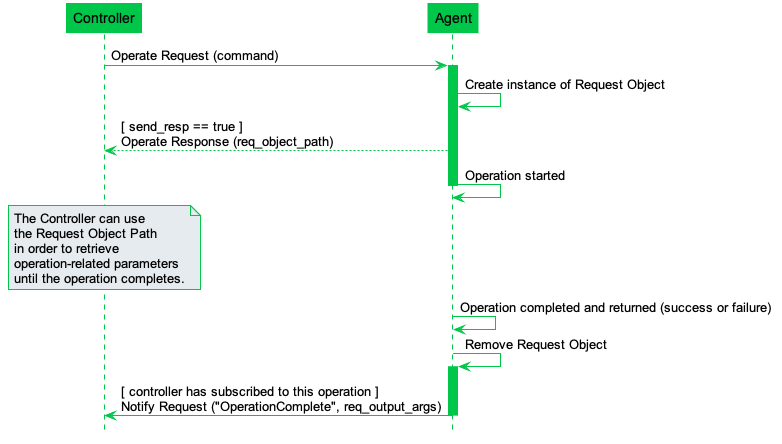
Above: docs/specification/messages/asynchronous_operation.png in BroadbandForum/usp (PlantUML), before the change.
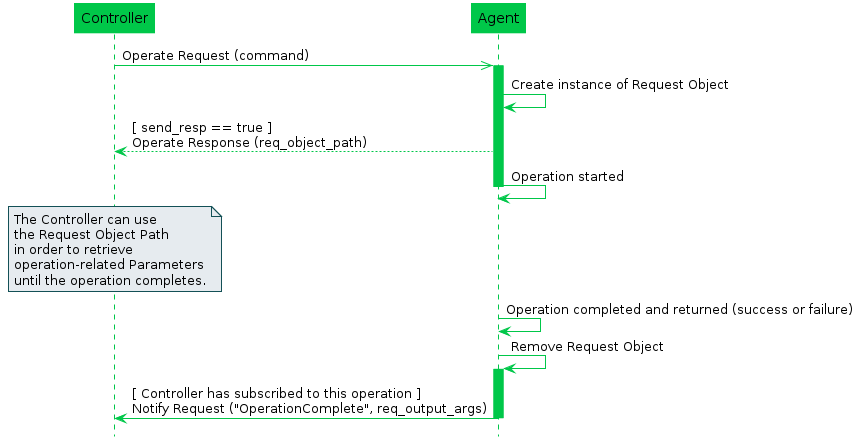
After the change.

Diff of the diagram source:
```diff
@@ -1,4 +1,5 @@
 @startuml
+
 
 
 
@@ -6,47 +7,47 @@
 hide empty description
 hide footbox
 
-skinparam backgroundColor Transparent
+skinparam backgroundColor undefined
 skinparam defaultFontName arial
 skinparam shadowing false
 
 skinparam arrowColor #00c749
 
 skinparam Class {
-  backgroundColor Transparent
+  backgroundColor undefined
   borderColor #00c749
   borderThickness 1
 }
 
 skinparam Activity {
-  backgroundColor Transparent
+  backgroundColor undefined
   borderColor #00c749
-  DiamondBackgroundColor White
+  DiamondBackgroundColor undefined
   DiamondBorderColor #00c749
 }
 
 skinparam Object {
-  backgroundColor Transparent
+  backgroundColor undefined
   borderColor #00c749
 }
 
 skinparam Component {
-  backgroundColor Transparent
+  backgroundColor undefined
   borderColor #00c749
 }
 
 skinparam Interface {
-  backgroundColor Transparent
+  backgroundColor undefined
   borderColor #00c749
 }
 
 skinparam Note {
   backgroundColor #e6ebef
-  borderColor #00c749
+  borderColor #135056
 }
 
 skinparam Package {
-  backgroundColor Transparent
+  backgroundColor undefined
   fontSize 11
   fontStyle normal
   borderColor #00c749
@@ -65,14 +66,14 @@
 }
 
 skinparam State {
-  backgroundColor Transparent
+  backgroundColor undefined
   borderColor #00c749
 }
 
 participant Controller as C
 participant Agent as A
 
-C -> A : Operate Request (command)
+C ->> A : Operate Request (command)
 activate A
 
 A -> A : Create instance of Request Object
@@ -82,13 +83,13 @@
 A -> A : Operation started
 deactivate A
 
-note over C : The Controller can use\nthe Request Object Path\nin order to retrieve\noperation-related parameters\nuntil the operation completes.
+note over C : The Controller can use\nthe Request Object Path\nin order to retrieve\noperation-related Parameters\nuntil the operation completes.
 
 A -> A : Operation completed and returned (success or failure)
 A -> A : Remove Request Object
 activate A
 
-A -> C : [ controller has subscribed to this operation ]\nNotify Request ("OperationComplete", req_output_args)
+A -> C : [ Controller has subscribed to this operation ]\nNotify Request ("OperationComplete", req_output_args)
 deactivate A
 
 @enduml
```
